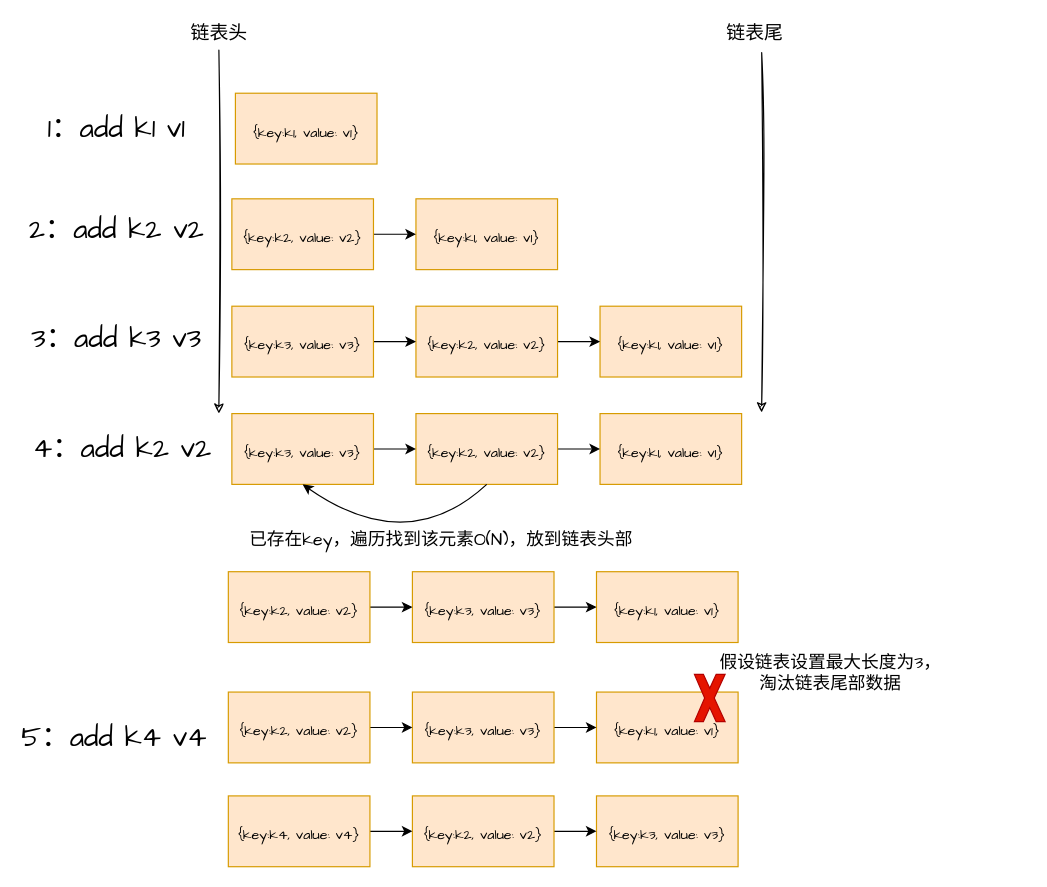
betNevS/draw keeps this draw.io diagram as Untitled Diagram.drawio. Above is the earlier version. Source tidied: cells renumbered, new cells numbered last; positions are measured from the earlier drawing's top-left corner, leaving out a move shared by most shapes. Both pictures are drawn from the tidied source at 118%, with x=0, y=0 at pixel (20, 20).
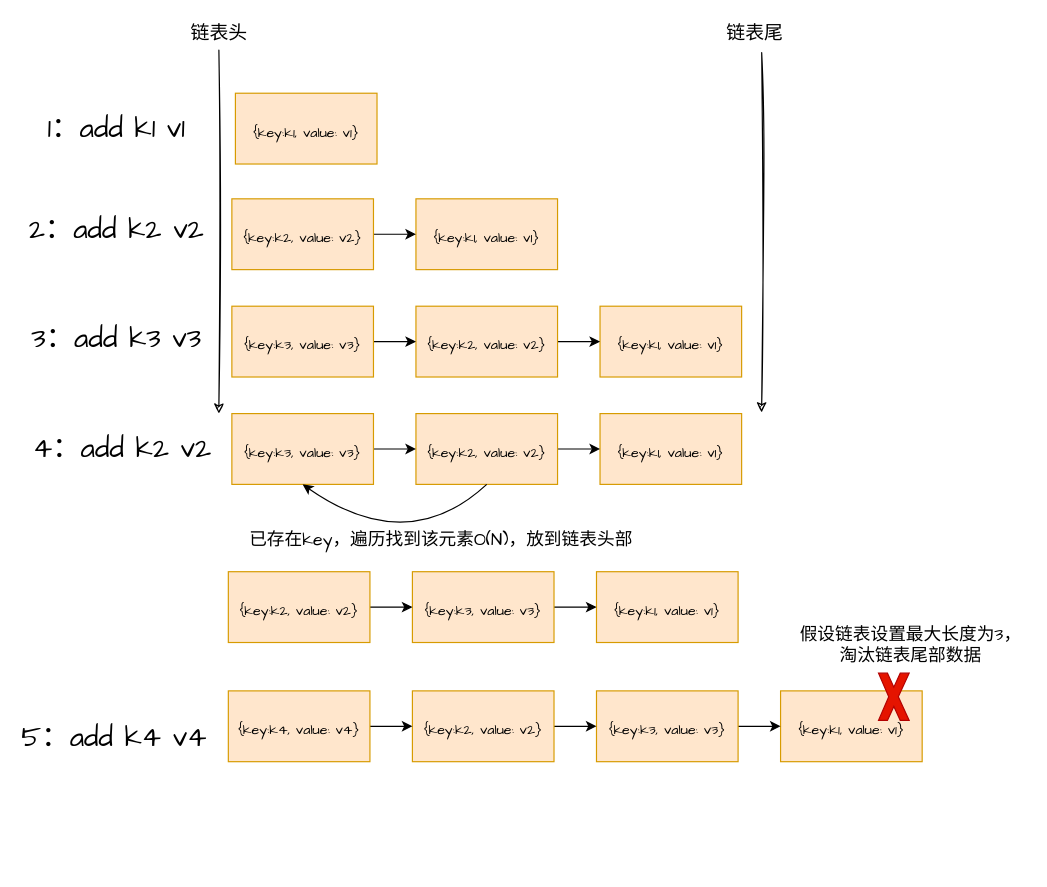
Above is the later version.

What changed in the source:
```diff
@@
     <mxCell id="28" value="&lt;font style=&quot;font-size: 12px&quot;&gt;{key:k1, value: v1}&lt;/font&gt;" style="rounded=0;whiteSpace=wrap;html=1;fontFamily=Comic Sans MS;fontSize=24;fillColor=#ffe6cc;strokeColor=#d79b00;" parent="1" vertex="1">
-      <mxGeometry x="488" y="569" width="120" height="60" as="geometry" />
+      <mxGeometry x="644" y="568" width="120" height="60" as="geometry" />
     </mxCell>
@@
     <mxCell id="30" value="&lt;font style=&quot;font-size: 12px&quot;&gt;{key:k3, value: v3}&lt;/font&gt;" style="rounded=0;whiteSpace=wrap;html=1;fontFamily=Comic Sans MS;fontSize=24;fillColor=#ffe6cc;strokeColor=#d79b00;" parent="1" vertex="1">
-      <mxGeometry x="332" y="569" width="120" height="60" as="geometry" />
+      <mxGeometry x="488" y="568" width="120" height="60" as="geometry" />
     </mxCell>
@@
     <mxCell id="32" value="&lt;font style=&quot;font-size: 12px&quot;&gt;{key:k2, value: v2}&lt;/font&gt;" style="rounded=0;whiteSpace=wrap;html=1;fontFamily=Comic Sans MS;fontSize=24;fillColor=#ffe6cc;strokeColor=#d79b00;" parent="1" vertex="1">
-      <mxGeometry x="176" y="569" width="120" height="60" as="geometry" />
+      <mxGeometry x="332" y="568" width="120" height="60" as="geometry" />
     </mxCell>
     <mxCell id="33" style="verticalLabelPosition=bottom;verticalAlign=top;html=1;shape=mxgraph.basic.x;labelBackgroundColor=#FFFFFF;fontFamily=Comic Sans MS;fontSize=15;fillColor=#e51400;strokeColor=#B20000;fontColor=#ffffff;" parent="1" vertex="1">
-      <mxGeometry x="571" y="554" width="26" height="40" as="geometry" />
+      <mxGeometry x="727" y="553" width="26" height="40" as="geometry" />
     </mxCell>
     <mxCell id="34" value="假设链表设置最大长度为3，&lt;br&gt;淘汰链表尾部数据" style="text;html=1;align=center;verticalAlign=middle;strokeColor=none;fillColor=none;fontSize=15;fontFamily=Comic Sans MS;" parent="1" vertex="1">
-      <mxGeometry x="586" y="533" width="199" height="40" as="geometry" />
+      <mxGeometry x="654" y="509" width="199" height="40" as="geometry" />
     </mxCell>
-    <mxCell id="35" value="&lt;font style=&quot;font-size: 12px&quot;&gt;{key:k3, value: v3}&lt;/font&gt;" style="rounded=0;whiteSpace=wrap;html=1;fontFamily=Comic Sans MS;fontSize=24;fillColor=#ffe6cc;strokeColor=#d79b00;" parent="1" vertex="1">
-      <mxGeometry x="488" y="657" width="120" height="60" as="geometry" />
-    </mxCell>
-    <mxCell id="36" style="edgeStyle=orthogonalEdgeStyle;rounded=0;jettySize=auto;html=1;fontFamily=Comic Sans MS;fontSize=12;" parent="1" edge="1" source="37" target="35">
-      <mxGeometry relative="1" as="geometry" />
-    </mxCell>
-    <mxCell id="37" value="&lt;font style=&quot;font-size: 12px&quot;&gt;{key:k2, value: v2}&lt;/font&gt;" style="rounded=0;whiteSpace=wrap;html=1;fontFamily=Comic Sans MS;fontSize=24;fillColor=#ffe6cc;strokeColor=#d79b00;" parent="1" vertex="1">
-      <mxGeometry x="332" y="657" width="120" height="60" as="geometry" />
-    </mxCell>
-    <mxCell id="38" style="edgeStyle=orthogonalEdgeStyle;rounded=0;jettySize=auto;html=1;fontFamily=Comic Sans MS;fontSize=15;fontColor=#FF3333;" parent="1" edge="1" source="39" target="37">
-      <mxGeometry relative="1" as="geometry" />
-    </mxCell>
+    <mxCell id="44" style="edgeStyle=orthogonalEdgeStyle;rounded=0;sketch=0;jettySize=auto;html=1;fontSize=14;" parent="1" edge="1" source="39" target="32">
+      <mxGeometry relative="1" as="geometry" />
+    </mxCell>
     <mxCell id="39" value="&lt;font style=&quot;font-size: 12px&quot;&gt;{key:k4, value: v4}&lt;/font&gt;" style="rounded=0;whiteSpace=wrap;html=1;fontFamily=Comic Sans MS;fontSize=24;fillColor=#ffe6cc;strokeColor=#d79b00;" parent="1" vertex="1">
-      <mxGeometry x="176" y="657" width="120" height="60" as="geometry" />
+      <mxGeometry x="176" y="568" width="120" height="60" as="geometry" />
     </mxCell>
```
